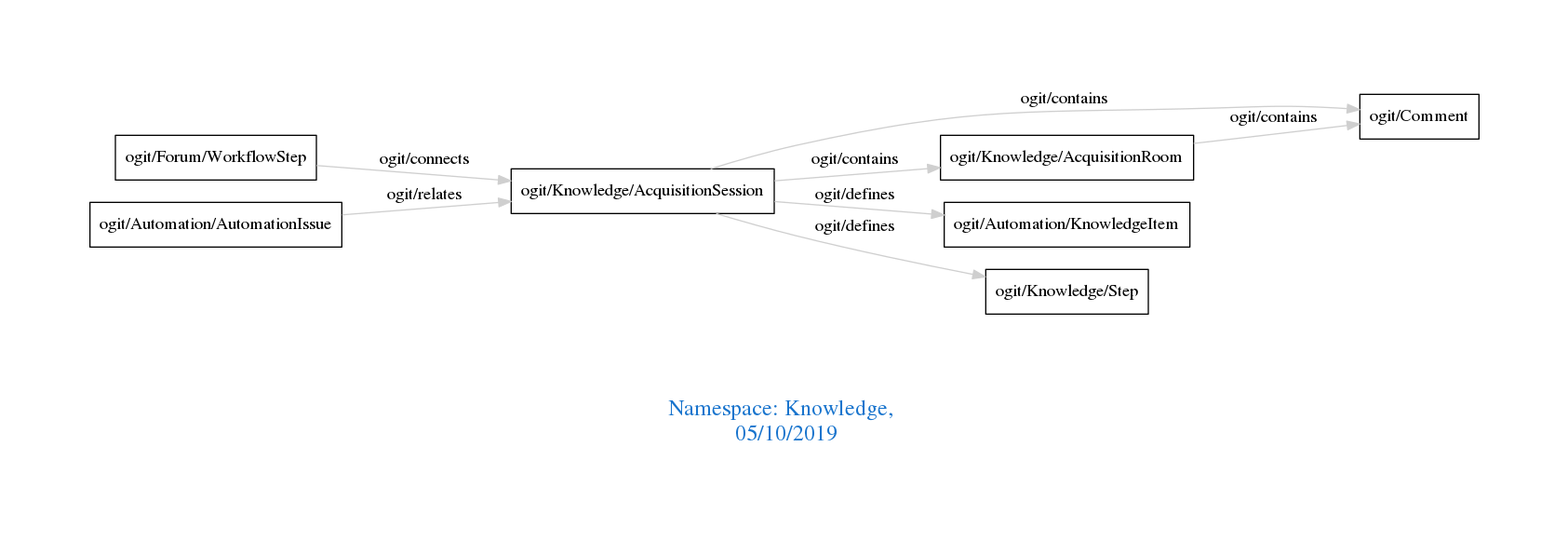
arago/OGIT keeps this Graphviz diagram as downloads/Knowledge.png. Above is the earlier version. Its source is kept beside it as downloads/Knowledge.dot.
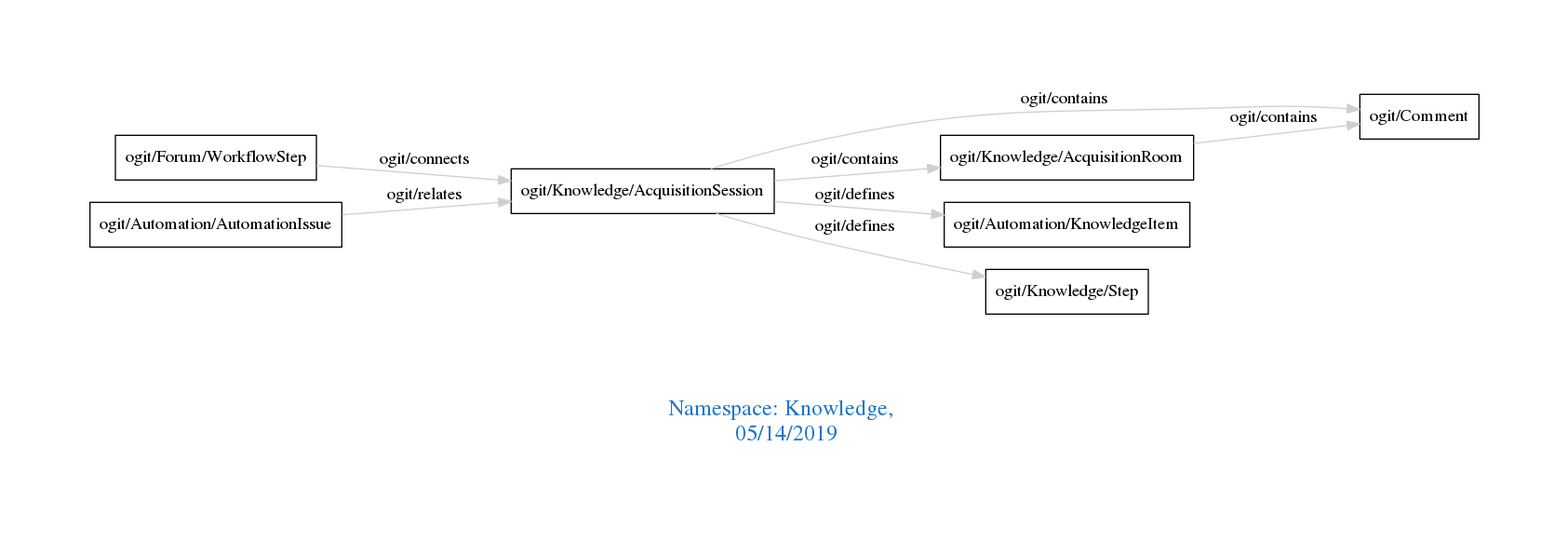
The same diagram one commit later.

Diff of the diagram source:
```diff
@@ -1,7 +1,7 @@
 digraph OGIT_ontology {
  graph [ rankdir= LR,pad=1
 fontsize = 18,
-fontcolor= dodgerblue3,label = "\n\n\nNamespace: Knowledge, \n 05/10/2019"];
+fontcolor= dodgerblue3,label = "\n\n\nNamespace: Knowledge, \n 05/14/2019"];
 node[shape=polygon];
 edge [  color="gray81"];
 
```
